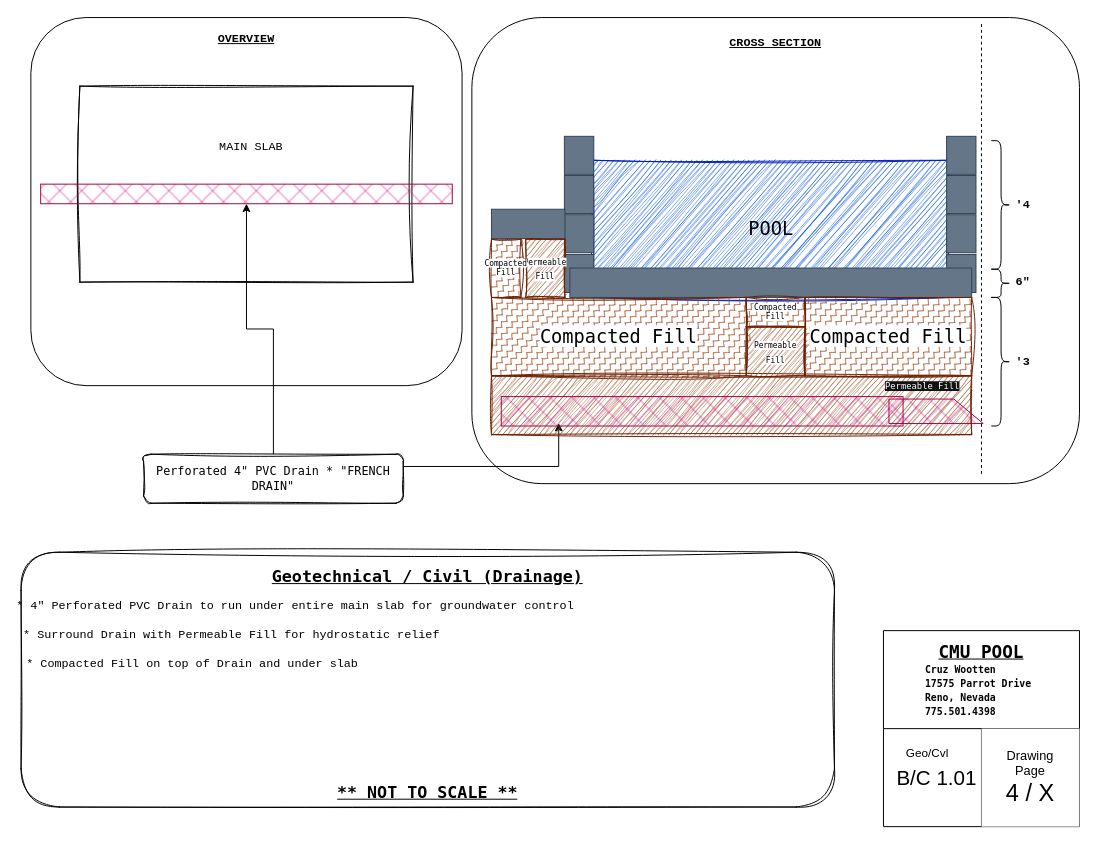
The draw.io diagram BC101.drawio in LilWikipedia/parrotpool, before the edit. Source tidied: cells renumbered, new cells numbered last; positions are measured from the earlier drawing's top-left corner, leaving out a move shared by most shapes. Both pictures are drawn from the tidied source at 98%, with x=0, y=0 at pixel (21, 17).
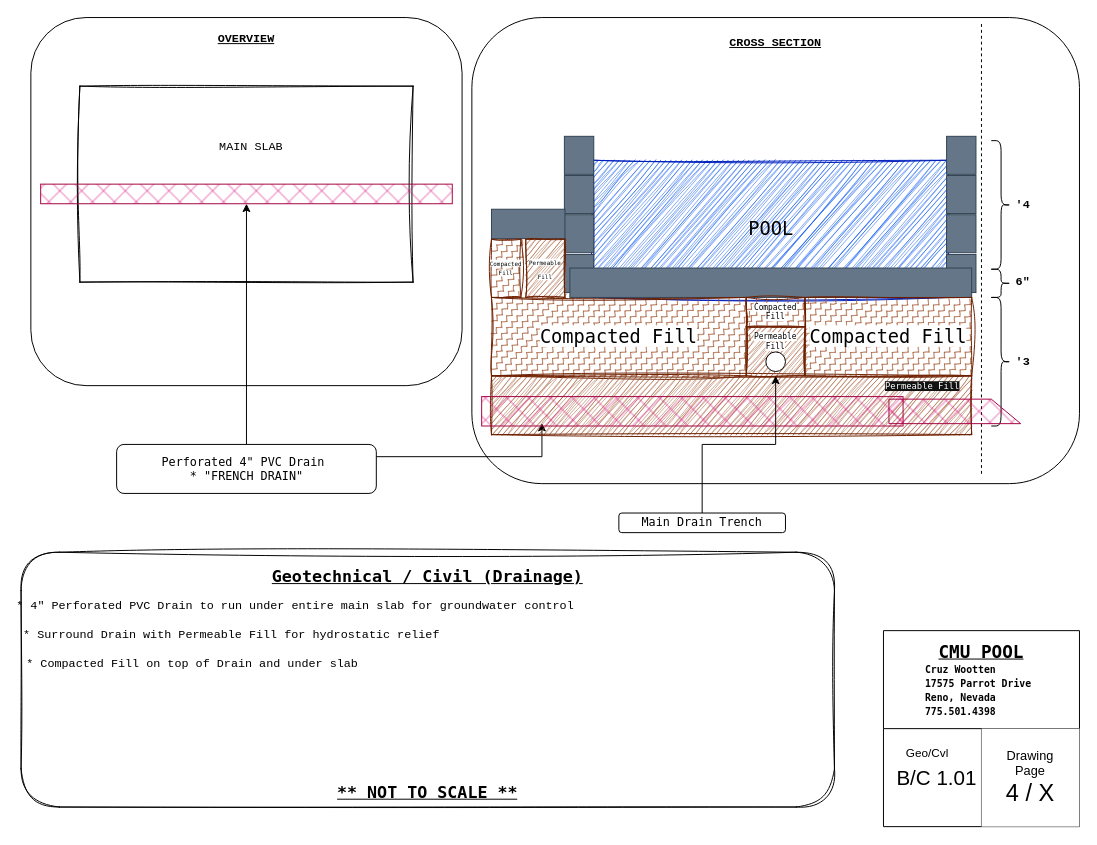
After the change.

The edit, as a diff of the source:
```diff
@@
-    <mxCell id="16" value="&lt;font face=&quot;Lucida Console&quot;&gt;Perforated 4&quot; PVC Drain * &quot;FRENCH DRAIN&quot;&lt;/font&gt;" style="rounded=1;whiteSpace=wrap;html=1;sketch=1;curveFitting=1;jiggle=2;" parent="1" vertex="1">
-      <mxGeometry x="125" y="446" width="265" height="50" as="geometry" />
+    <mxCell id="16" value="&lt;font face=&quot;Lucida Console&quot;&gt;Perforated 4&quot; PVC Drain&amp;nbsp;&lt;/font&gt;&lt;div&gt;&lt;font face=&quot;Lucida Console&quot;&gt;* &quot;FRENCH DRAIN&quot;&lt;/font&gt;&lt;/div&gt;" style="rounded=1;whiteSpace=wrap;html=1;" parent="1" vertex="1">
+      <mxGeometry x="97.5" y="436" width="265" height="50" as="geometry" />
     </mxCell>
@@
-    <mxCell id="35" value="&lt;font face=&quot;Lucida Console&quot; style=&quot;background-color: light-dark(#ffffff, var(--ge-dark-color, #121212)); color: light-dark(rgb(0, 0, 0), rgb(255, 255, 255)); font-size: 8px;&quot;&gt;Permeable&lt;/font&gt;&lt;div&gt;&lt;font face=&quot;Lucida Console&quot; style=&quot;background-color: light-dark(#ffffff, var(--ge-dark-color, #121212)); color: light-dark(rgb(0, 0, 0), rgb(255, 255, 255)); font-size: 8px;&quot;&gt;Fill&lt;/font&gt;&lt;/div&gt;" style="rounded=0;whiteSpace=wrap;html=1;fillColor=#a0522d;fontColor=#ffffff;strokeColor=#6D1F00;sketch=1;curveFitting=1;jiggle=2;" parent="1" vertex="1">
+    <mxCell id="35" value="&lt;div style=&quot;line-height: 80%;&quot;&gt;&lt;font face=&quot;Lucida Console&quot; style=&quot;background-color: light-dark(#ffffff, var(--ge-dark-color, #121212)); color: light-dark(rgb(0, 0, 0), rgb(255, 255, 255)); font-size: 8px; line-height: 80%;&quot;&gt;Permeable&lt;/font&gt;&lt;div&gt;&lt;font face=&quot;Lucida Console&quot; style=&quot;background-color: light-dark(#ffffff, var(--ge-dark-color, #121212)); color: light-dark(rgb(0, 0, 0), rgb(255, 255, 255)); font-size: 8px; line-height: 80%;&quot;&gt;Fill&lt;/font&gt;&lt;/div&gt;&lt;/div&gt;" style="rounded=0;whiteSpace=wrap;html=1;fillColor=#a0522d;fontColor=#ffffff;strokeColor=#6D1F00;sketch=1;curveFitting=1;jiggle=2;spacingTop=-23;" parent="1" vertex="1">
       <mxGeometry x="740" y="316" width="60" height="50" as="geometry" />
     </mxCell>
@@
     <mxCell id="37" style="rounded=0;whiteSpace=wrap;html=1;fillStyle=cross-hatch;fillColor=#d80073;strokeColor=#A50040;align=center;verticalAlign=middle;fontFamily=Helvetica;fontSize=12;fontColor=#ffffff;" parent="1" vertex="1">
-      <mxGeometry x="490" y="387.2" width="410" height="30" as="geometry" />
+      <mxGeometry x="470" y="387.2" width="430" height="30" as="geometry" />
     </mxCell>
@@
-    <mxCell id="40" value="&lt;font face=&quot;Lucida Console&quot; style=&quot;background-color: light-dark(#ffffff, var(--ge-dark-color, #121212)); color: light-dark(rgb(0, 0, 0), rgb(255, 255, 255)); font-size: 8px;&quot;&gt;Permeable&lt;/font&gt;&lt;div&gt;&lt;font face=&quot;Lucida Console&quot; style=&quot;background-color: light-dark(#ffffff, var(--ge-dark-color, #121212)); color: light-dark(rgb(0, 0, 0), rgb(255, 255, 255)); font-size: 8px;&quot;&gt;Fill&lt;/font&gt;&lt;/div&gt;" style="rounded=0;whiteSpace=wrap;html=1;fillColor=#a0522d;fontColor=#ffffff;strokeColor=#6D1F00;sketch=1;curveFitting=1;jiggle=2;" parent="1" vertex="1">
+    <mxCell id="40" value="&lt;font face=&quot;Lucida Console&quot; style=&quot;background-color: light-dark(#ffffff, var(--ge-dark-color, #121212)); color: light-dark(rgb(0, 0, 0), rgb(255, 255, 255)); font-size: 6px;&quot;&gt;Permeable&lt;/font&gt;&lt;div&gt;&lt;font face=&quot;Lucida Console&quot; style=&quot;background-color: light-dark(#ffffff, var(--ge-dark-color, #121212)); color: light-dark(rgb(0, 0, 0), rgb(255, 255, 255)); font-size: 6px;&quot;&gt;Fill&lt;/font&gt;&lt;/div&gt;" style="rounded=0;whiteSpace=wrap;html=1;fillColor=#a0522d;fontColor=#ffffff;strokeColor=#6D1F00;sketch=1;curveFitting=1;jiggle=2;" parent="1" vertex="1">
       <mxGeometry x="515" y="226.6" width="40" height="59.4" as="geometry" />
     </mxCell>
-    <mxCell id="41" value="&lt;font face=&quot;Lucida Console&quot; style=&quot;color: light-dark(rgb(0, 0, 0), rgb(11, 255, 128)); background-color: light-dark(#ffffff, var(--ge-dark-color, #121212));&quot;&gt;Compacted Fill&lt;/font&gt;" style="rounded=0;whiteSpace=wrap;html=1;fillColor=light-dark(#A0522D,#7F00FF);fontColor=#ffffff;strokeColor=#6D1F00;sketch=1;curveFitting=1;jiggle=2;fillStyle=zigzag-line;align=center;verticalAlign=middle;fontFamily=Helvetica;fontSize=8;" parent="1" vertex="1">
+    <mxCell id="41" value="&lt;font face=&quot;Lucida Console&quot; style=&quot;color: light-dark(rgb(0, 0, 0), rgb(11, 255, 128)); background-color: light-dark(#ffffff, var(--ge-dark-color, #121212)); font-size: 6px;&quot;&gt;Compacted Fill&lt;/font&gt;" style="rounded=0;whiteSpace=wrap;html=1;fillColor=light-dark(#A0522D,#7F00FF);fontColor=#ffffff;strokeColor=#6D1F00;sketch=1;curveFitting=1;jiggle=2;fillStyle=zigzag-line;align=center;verticalAlign=middle;fontFamily=Helvetica;fontSize=8;" parent="1" vertex="1">
       <mxGeometry x="480" y="226.6" width="30" height="59.4" as="geometry" />
     </mxCell>
@@
     <mxCell id="49" style="shape=manualInput;whiteSpace=wrap;html=1;rotation=90;rounded=0;fillStyle=cross-hatch;strokeColor=#A50040;align=center;verticalAlign=middle;fontFamily=Helvetica;fontSize=12;fontColor=#ffffff;fillColor=#d80073;" parent="1" vertex="1">
-      <mxGeometry x="921.2" y="354.1" width="25" height="96.2" as="geometry" />
+      <mxGeometry x="940.3" y="335.1" width="25" height="134.4" as="geometry" />
     </mxCell>
@@
+    <mxCell id="51" style="edgeStyle=orthogonalEdgeStyle;rounded=0;jettySize=auto;html=1;" parent="1" edge="1" source="52" target="35">
+      <mxGeometry relative="1" as="geometry" />
+    </mxCell>
+    <mxCell id="52" value="&lt;font face=&quot;Lucida Console&quot;&gt;Main Drain Trench&lt;/font&gt;" style="rounded=1;whiteSpace=wrap;html=1;" parent="1" vertex="1">
+      <mxGeometry x="610" y="506" width="170" height="20" as="geometry" />
+    </mxCell>
+    <mxCell id="53" style="ellipse;whiteSpace=wrap;html=1;" parent="1" vertex="1">
+      <mxGeometry x="760" y="341.6" width="20" height="20" as="geometry" />
+    </mxCell>
```
